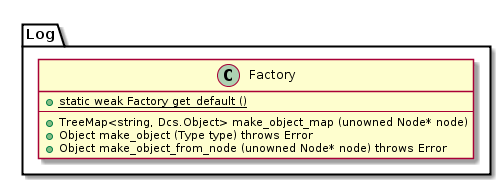
geoffjay/comp8506-docs keeps this PlantUML diagram as report/figures/design/class/log/factory.png. Above is the earlier version. Source of this version:
```plantuml
@startuml
class Log.Factory {
    +{static}static weak Factory get_default ()
    ----
    +TreeMap<string, Dcs.Object> make_object_map (unowned Node* node)
    +Object make_object (Type type) throws Error
    +Object make_object_from_node (unowned Node* node) throws Error
}
@enduml
```
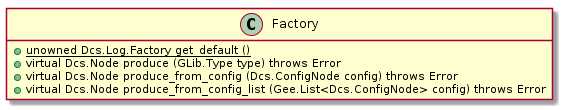
Later version of the same file.

What changed in the source:
```diff
@@ -1,9 +1,12 @@
 @startuml
-class Log.Factory {
-    +{static}static weak Factory get_default ()
-    ----
-    +TreeMap<string, Dcs.Object> make_object_map (unowned Node* node)
-    +Object make_object (Type type) throws Error
-    +Object make_object_from_node (unowned Node* node) throws Error
+
+hide class fields
+
+class Factory {
+    +{static} unowned Dcs.Log.Factory get_default ()
+    +virtual Dcs.Node produce (GLib.Type type) throws Error
+    +virtual Dcs.Node produce_from_config (Dcs.ConfigNode config) throws Error
+    +virtual Dcs.Node produce_from_config_list (Gee.List<Dcs.ConfigNode> config) throws Error
 }
+
 @enduml
```
